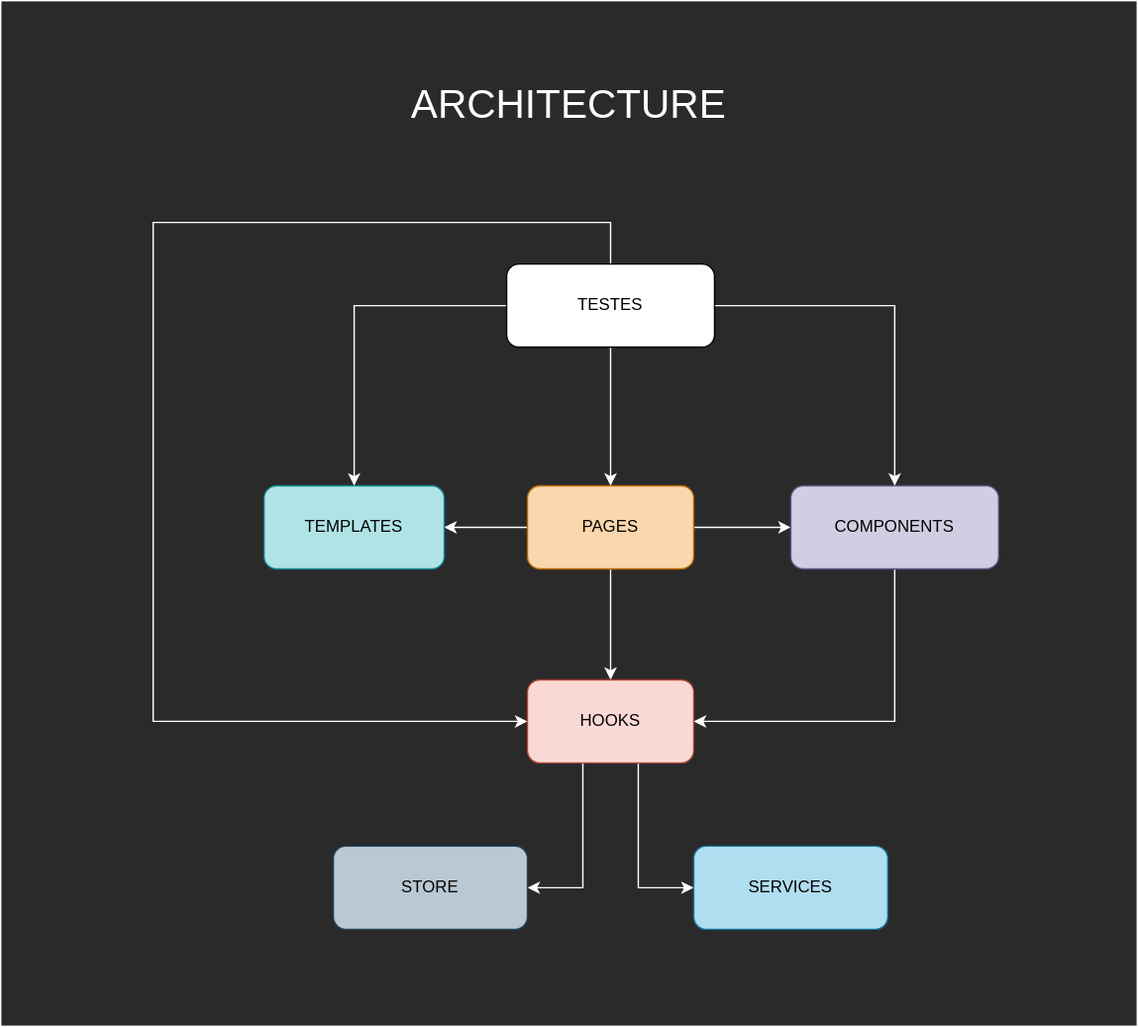
LucaOster/webpack keeps this draw.io diagram as informations/architecture.svg. Above is the earlier version. Source tidied: cells renumbered, new cells last; positions are measured from the earlier drawing's top-left corner, leaving out a move shared by most shapes. Source of this version:
```xml
<mxGraphModel>
  <root>
    <mxCell id="0" />
    <mxCell id="1" parent="0" />
    <mxCell id="2" style="rounded=0;whiteSpace=wrap;html=1;fontColor=#000000;strokeColor=#FFFFFF;fillColor=#2a2a2a;" parent="1" vertex="1">
      <mxGeometry width="820" height="740" as="geometry" />
    </mxCell>
    <mxCell id="3" style="edgeStyle=orthogonalEdgeStyle;rounded=0;jettySize=auto;html=1;entryX=1;entryY=0.5;entryDx=0;entryDy=0;fontColor=#000000;strokeColor=#FFFFFF;" parent="1" edge="1" source="6" target="7">
      <mxGeometry relative="1" as="geometry" />
    </mxCell>
    <mxCell id="4" style="edgeStyle=orthogonalEdgeStyle;rounded=0;jettySize=auto;html=1;entryX=0.5;entryY=0;entryDx=0;entryDy=0;fontColor=#000000;strokeColor=#FFFFFF;" parent="1" edge="1" source="6" target="12">
      <mxGeometry relative="1" as="geometry" />
    </mxCell>
    <mxCell id="5" style="edgeStyle=orthogonalEdgeStyle;rounded=0;jettySize=auto;html=1;entryX=0;entryY=0.5;entryDx=0;entryDy=0;fontColor=#000000;strokeColor=#FFFFFF;" parent="1" edge="1" source="6" target="9">
      <mxGeometry relative="1" as="geometry" />
    </mxCell>
    <mxCell id="6" value="PAGES" style="rounded=1;whiteSpace=wrap;html=1;fillColor=#fad7ac;strokeColor=#b46504;fontColor=#000000;" parent="1" vertex="1">
      <mxGeometry x="380" y="350" width="120" height="60" as="geometry" />
    </mxCell>
    <mxCell id="7" value="TEMPLATES" style="rounded=1;whiteSpace=wrap;html=1;fillColor=#b0e3e6;strokeColor=#0e8088;fontColor=#000000;" parent="1" vertex="1">
      <mxGeometry x="190" y="350" width="130" height="60" as="geometry" />
    </mxCell>
    <mxCell id="8" style="edgeStyle=orthogonalEdgeStyle;rounded=0;jettySize=auto;html=1;fontColor=#000000;strokeColor=#FFFFFF;" parent="1" edge="1" source="9" target="12">
      <mxGeometry relative="1" as="geometry">
        <Array as="points">
          <mxPoint x="645" y="520" />
        </Array>
      </mxGeometry>
    </mxCell>
    <mxCell id="9" value="COMPONENTS" style="rounded=1;whiteSpace=wrap;html=1;fillColor=#d0cee2;strokeColor=#56517e;fontColor=#000000;" parent="1" vertex="1">
      <mxGeometry x="570" y="350" width="150" height="60" as="geometry" />
    </mxCell>
    <mxCell id="10" style="edgeStyle=orthogonalEdgeStyle;rounded=0;jettySize=auto;html=1;entryX=1;entryY=0.5;entryDx=0;entryDy=0;fontColor=#000000;strokeColor=#FFFFFF;" parent="1" edge="1" source="12" target="19">
      <mxGeometry relative="1" as="geometry">
        <Array as="points">
          <mxPoint x="420" y="640" />
        </Array>
      </mxGeometry>
    </mxCell>
    <mxCell id="11" style="edgeStyle=orthogonalEdgeStyle;rounded=0;jettySize=auto;html=1;entryX=0;entryY=0.5;entryDx=0;entryDy=0;fontColor=#000000;strokeColor=#FFFFFF;" parent="1" edge="1" source="12" target="18">
      <mxGeometry relative="1" as="geometry">
        <Array as="points">
          <mxPoint x="460" y="640" />
        </Array>
      </mxGeometry>
    </mxCell>
    <mxCell id="12" value="HOOKS" style="rounded=1;whiteSpace=wrap;html=1;fillColor=#fad9d5;strokeColor=#ae4132;fontColor=#000000;" parent="1" vertex="1">
      <mxGeometry x="380" y="490" width="120" height="60" as="geometry" />
    </mxCell>
    <mxCell id="13" style="edgeStyle=orthogonalEdgeStyle;rounded=0;jettySize=auto;html=1;entryX=0.5;entryY=0;entryDx=0;entryDy=0;fontColor=#000000;strokeColor=#FFFFFF;" parent="1" edge="1" source="17" target="9">
      <mxGeometry relative="1" as="geometry" />
    </mxCell>
    <mxCell id="14" style="edgeStyle=orthogonalEdgeStyle;rounded=0;jettySize=auto;html=1;entryX=0.5;entryY=0;entryDx=0;entryDy=0;fontColor=#000000;strokeColor=#FFFFFF;" parent="1" edge="1" source="17" target="7">
      <mxGeometry relative="1" as="geometry">
        <Array as="points">
          <mxPoint x="255" y="220" />
        </Array>
      </mxGeometry>
    </mxCell>
    <mxCell id="15" style="edgeStyle=orthogonalEdgeStyle;rounded=0;jettySize=auto;html=1;entryX=0.5;entryY=0;entryDx=0;entryDy=0;fontColor=#000000;strokeColor=#FFFFFF;" parent="1" edge="1" source="17" target="6">
      <mxGeometry relative="1" as="geometry" />
    </mxCell>
    <mxCell id="16" style="edgeStyle=orthogonalEdgeStyle;rounded=0;jettySize=auto;html=1;fontColor=#000000;strokeColor=#FFFFFF;" parent="1" edge="1" source="17" target="12">
      <mxGeometry relative="1" as="geometry">
        <Array as="points">
          <mxPoint x="440" y="160" />
          <mxPoint x="110" y="160" />
          <mxPoint x="110" y="520" />
        </Array>
      </mxGeometry>
    </mxCell>
    <mxCell id="17" value="TESTES" style="rounded=1;whiteSpace=wrap;html=1;fillColor=#FFFFFF;fontColor=#000000;strokeColor=#000000;" parent="1" vertex="1">
      <mxGeometry x="365" y="190" width="150" height="60" as="geometry" />
    </mxCell>
    <mxCell id="18" value="SERVICES" style="rounded=1;whiteSpace=wrap;html=1;fillColor=#b1ddf0;strokeColor=#10739e;fontColor=#000000;" parent="1" vertex="1">
      <mxGeometry x="500" y="610" width="140" height="60" as="geometry" />
    </mxCell>
    <mxCell id="19" value="STORE" style="rounded=1;whiteSpace=wrap;html=1;fillColor=#bac8d3;strokeColor=#23445d;fontColor=#000000;" parent="1" vertex="1">
      <mxGeometry x="240" y="610" width="140" height="60" as="geometry" />
    </mxCell>
    <mxCell id="20" value="ARCHITECTURE" style="text;html=1;strokeColor=none;fillColor=none;align=center;verticalAlign=middle;whiteSpace=wrap;rounded=0;shadow=0;glass=0;sketch=0;fontSize=29;fontColor=#FFFFFF;" parent="1" vertex="1">
      <mxGeometry x="280" y="60" width="260" height="30" as="geometry" />
    </mxCell>
  </root>
</mxGraphModel>
```
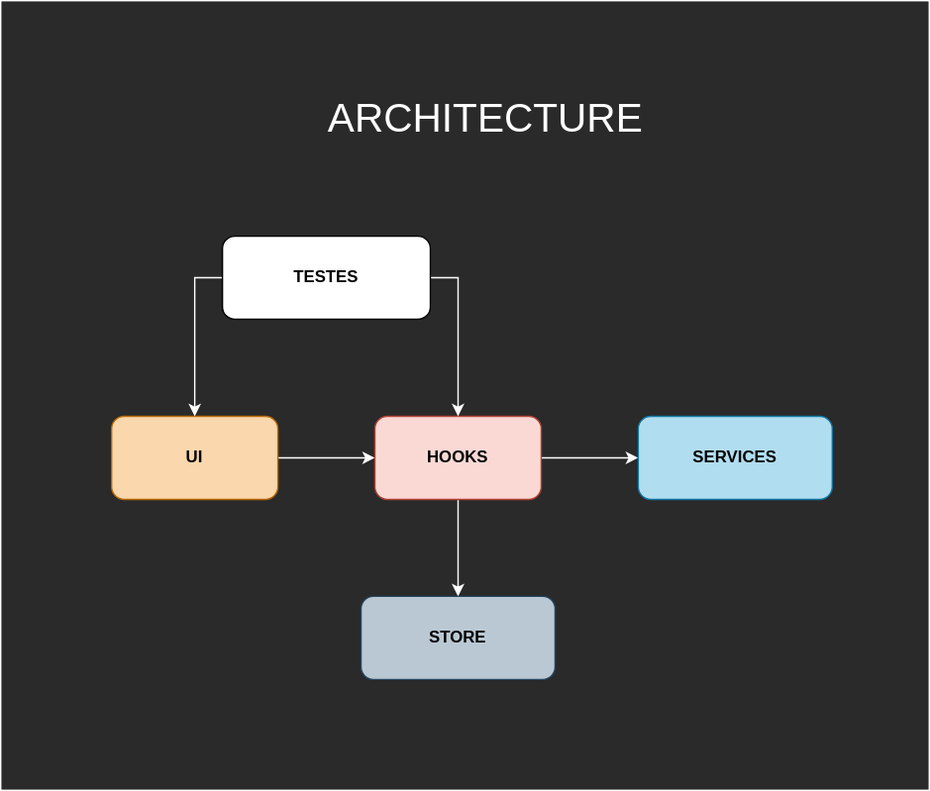
After the change.

Commit message:
docs: update diagram and text in readme

Change to the diagram source:
```diff
@@ -2,84 +2,47 @@
   <root>
     <mxCell id="0" />
     <mxCell id="1" parent="0" />
-    <mxCell id="2" style="rounded=0;whiteSpace=wrap;html=1;fontColor=#000000;strokeColor=#FFFFFF;fillColor=#2a2a2a;" parent="1" vertex="1">
-      <mxGeometry width="820" height="740" as="geometry" />
-    </mxCell>
-    <mxCell id="3" style="edgeStyle=orthogonalEdgeStyle;rounded=0;jettySize=auto;html=1;entryX=1;entryY=0.5;entryDx=0;entryDy=0;fontColor=#000000;strokeColor=#FFFFFF;" parent="1" edge="1" source="6" target="7">
-      <mxGeometry relative="1" as="geometry" />
-    </mxCell>
-    <mxCell id="4" style="edgeStyle=orthogonalEdgeStyle;rounded=0;jettySize=auto;html=1;entryX=0.5;entryY=0;entryDx=0;entryDy=0;fontColor=#000000;strokeColor=#FFFFFF;" parent="1" edge="1" source="6" target="12">
-      <mxGeometry relative="1" as="geometry" />
-    </mxCell>
-    <mxCell id="5" style="edgeStyle=orthogonalEdgeStyle;rounded=0;jettySize=auto;html=1;entryX=0;entryY=0.5;entryDx=0;entryDy=0;fontColor=#000000;strokeColor=#FFFFFF;" parent="1" edge="1" source="6" target="9">
-      <mxGeometry relative="1" as="geometry" />
-    </mxCell>
-    <mxCell id="6" value="PAGES" style="rounded=1;whiteSpace=wrap;html=1;fillColor=#fad7ac;strokeColor=#b46504;fontColor=#000000;" parent="1" vertex="1">
-      <mxGeometry x="380" y="350" width="120" height="60" as="geometry" />
-    </mxCell>
-    <mxCell id="7" value="TEMPLATES" style="rounded=1;whiteSpace=wrap;html=1;fillColor=#b0e3e6;strokeColor=#0e8088;fontColor=#000000;" parent="1" vertex="1">
-      <mxGeometry x="190" y="350" width="130" height="60" as="geometry" />
-    </mxCell>
-    <mxCell id="8" style="edgeStyle=orthogonalEdgeStyle;rounded=0;jettySize=auto;html=1;fontColor=#000000;strokeColor=#FFFFFF;" parent="1" edge="1" source="9" target="12">
-      <mxGeometry relative="1" as="geometry">
-        <Array as="points">
-          <mxPoint x="645" y="520" />
-        </Array>
-      </mxGeometry>
-    </mxCell>
-    <mxCell id="9" value="COMPONENTS" style="rounded=1;whiteSpace=wrap;html=1;fillColor=#d0cee2;strokeColor=#56517e;fontColor=#000000;" parent="1" vertex="1">
-      <mxGeometry x="570" y="350" width="150" height="60" as="geometry" />
-    </mxCell>
+    <mxCell id="21" style="rounded=0;whiteSpace=wrap;html=1;fontColor=#000000;strokeColor=#FFFFFF;fillColor=#2a2a2a;" parent="1" vertex="1">
+      <mxGeometry x="70" y="798" width="670" height="570" as="geometry" />
+    </mxCell>
+    <mxCell id="22" style="edgeStyle=orthogonalEdgeStyle;rounded=0;jettySize=auto;html=1;entryX=0;entryY=0.5;entryDx=0;entryDy=0;fontColor=#000000;strokeColor=#FFFFFF;" parent="1" edge="1" source="23" target="12">
+      <mxGeometry relative="1" as="geometry" />
+    </mxCell>
+    <mxCell id="23" value="UI" style="rounded=1;whiteSpace=wrap;html=1;fillColor=#fad7ac;strokeColor=#b46504;fontColor=#000000;fontStyle=1;" parent="1" vertex="1">
+      <mxGeometry x="150" y="1098" width="120" height="60" as="geometry" />
+    </mxCell>
+    <mxCell id="11" style="edgeStyle=orthogonalEdgeStyle;rounded=0;jettySize=auto;html=1;entryX=0;entryY=0.5;entryDx=0;entryDy=0;fontColor=#000000;strokeColor=#FFFFFF;" parent="1" edge="1" source="12" target="18">
+      <mxGeometry relative="1" as="geometry" />
+    </mxCell>
-    <mxCell id="10" style="edgeStyle=orthogonalEdgeStyle;rounded=0;jettySize=auto;html=1;entryX=1;entryY=0.5;entryDx=0;entryDy=0;fontColor=#000000;strokeColor=#FFFFFF;" parent="1" edge="1" source="12" target="19">
-      <mxGeometry relative="1" as="geometry">
-        <Array as="points">
-          <mxPoint x="420" y="640" />
-        </Array>
-      </mxGeometry>
+    <mxCell id="10" style="edgeStyle=orthogonalEdgeStyle;rounded=0;jettySize=auto;html=1;entryX=0.5;entryY=0;entryDx=0;entryDy=0;fontColor=#000000;strokeColor=#FFFFFF;" parent="1" edge="1" source="12" target="19">
+      <mxGeometry relative="1" as="geometry" />
     </mxCell>
-    <mxCell id="11" style="edgeStyle=orthogonalEdgeStyle;rounded=0;jettySize=auto;html=1;entryX=0;entryY=0.5;entryDx=0;entryDy=0;fontColor=#000000;strokeColor=#FFFFFF;" parent="1" edge="1" source="12" target="18">
-      <mxGeometry relative="1" as="geometry">
-        <Array as="points">
-          <mxPoint x="460" y="640" />
-        </Array>
-      </mxGeometry>
-    </mxCell>
-    <mxCell id="12" value="HOOKS" style="rounded=1;whiteSpace=wrap;html=1;fillColor=#fad9d5;strokeColor=#ae4132;fontColor=#000000;" parent="1" vertex="1">
-      <mxGeometry x="380" y="490" width="120" height="60" as="geometry" />
+    <mxCell id="12" value="HOOKS" style="rounded=1;whiteSpace=wrap;html=1;fillColor=#fad9d5;strokeColor=#ae4132;fontColor=#000000;fontStyle=1;" parent="1" vertex="1">
+      <mxGeometry x="340" y="1098" width="120" height="60" as="geometry" />
     </mxCell>
-    <mxCell id="13" style="edgeStyle=orthogonalEdgeStyle;rounded=0;jettySize=auto;html=1;entryX=0.5;entryY=0;entryDx=0;entryDy=0;fontColor=#000000;strokeColor=#FFFFFF;" parent="1" edge="1" source="17" target="9">
-      <mxGeometry relative="1" as="geometry" />
-    </mxCell>
-    <mxCell id="14" style="edgeStyle=orthogonalEdgeStyle;rounded=0;jettySize=auto;html=1;entryX=0.5;entryY=0;entryDx=0;entryDy=0;fontColor=#000000;strokeColor=#FFFFFF;" parent="1" edge="1" source="17" target="7">
-      <mxGeometry relative="1" as="geometry">
-        <Array as="points">
-          <mxPoint x="255" y="220" />
-        </Array>
-      </mxGeometry>
-    </mxCell>
-    <mxCell id="15" style="edgeStyle=orthogonalEdgeStyle;rounded=0;jettySize=auto;html=1;entryX=0.5;entryY=0;entryDx=0;entryDy=0;fontColor=#000000;strokeColor=#FFFFFF;" parent="1" edge="1" source="17" target="6">
-      <mxGeometry relative="1" as="geometry" />
-    </mxCell>
-    <mxCell id="16" style="edgeStyle=orthogonalEdgeStyle;rounded=0;jettySize=auto;html=1;fontColor=#000000;strokeColor=#FFFFFF;" parent="1" edge="1" source="17" target="12">
-      <mxGeometry relative="1" as="geometry">
-        <Array as="points">
-          <mxPoint x="440" y="160" />
-          <mxPoint x="110" y="160" />
-          <mxPoint x="110" y="520" />
-        </Array>
-      </mxGeometry>
-    </mxCell>
+    <mxCell id="19" value="STORE" style="rounded=1;whiteSpace=wrap;html=1;fillColor=#bac8d3;strokeColor=#23445d;fontColor=#000000;fontStyle=1;" parent="1" vertex="1">
+      <mxGeometry x="330" y="1228" width="140" height="60" as="geometry" />
+    </mxCell>
+    <mxCell id="18" value="SERVICES" style="rounded=1;whiteSpace=wrap;html=1;fillColor=#b1ddf0;strokeColor=#10739e;fontColor=#000000;fontStyle=1;" parent="1" vertex="1">
+      <mxGeometry x="530" y="1098" width="140" height="60" as="geometry" />
+    </mxCell>
+    <mxCell id="24" style="edgeStyle=orthogonalEdgeStyle;rounded=0;jettySize=auto;html=1;fontColor=#000000;strokeColor=#FFFFFF;" parent="1" edge="1" source="17">
+      <mxGeometry relative="1" as="geometry">
+        <mxPoint x="400" y="1098" as="targetPoint" />
+      </mxGeometry>
+    </mxCell>
+    <mxCell id="25" style="edgeStyle=orthogonalEdgeStyle;rounded=0;jettySize=auto;html=1;fontColor=#000000;entryX=0.5;entryY=0;entryDx=0;entryDy=0;strokeColor=#FFFFFF;" parent="1" edge="1" source="17" target="23">
+      <mxGeometry relative="1" as="geometry">
+        <Array as="points">
+          <mxPoint x="210" y="998" />
+        </Array>
+      </mxGeometry>
+    </mxCell>
-    <mxCell id="17" value="TESTES" style="rounded=1;whiteSpace=wrap;html=1;fillColor=#FFFFFF;fontColor=#000000;strokeColor=#000000;" parent="1" vertex="1">
-      <mxGeometry x="365" y="190" width="150" height="60" as="geometry" />
+    <mxCell id="17" value="TESTES" style="rounded=1;whiteSpace=wrap;html=1;fontColor=#000000;fillColor=#FFFFFF;strokeColor=#000000;fontStyle=1;" parent="1" vertex="1">
+      <mxGeometry x="230" y="968" width="150" height="60" as="geometry" />
     </mxCell>
-    <mxCell id="18" value="SERVICES" style="rounded=1;whiteSpace=wrap;html=1;fillColor=#b1ddf0;strokeColor=#10739e;fontColor=#000000;" parent="1" vertex="1">
-      <mxGeometry x="500" y="610" width="140" height="60" as="geometry" />
-    </mxCell>
-    <mxCell id="19" value="STORE" style="rounded=1;whiteSpace=wrap;html=1;fillColor=#bac8d3;strokeColor=#23445d;fontColor=#000000;" parent="1" vertex="1">
-      <mxGeometry x="240" y="610" width="140" height="60" as="geometry" />
-    </mxCell>
     <mxCell id="20" value="ARCHITECTURE" style="text;html=1;strokeColor=none;fillColor=none;align=center;verticalAlign=middle;whiteSpace=wrap;rounded=0;shadow=0;glass=0;sketch=0;fontSize=29;fontColor=#FFFFFF;" parent="1" vertex="1">
-      <mxGeometry x="280" y="60" width="260" height="30" as="geometry" />
+      <mxGeometry x="220" y="868" width="400" height="30" as="geometry" />
     </mxCell>
   </root>
 </mxGraphModel>
```
